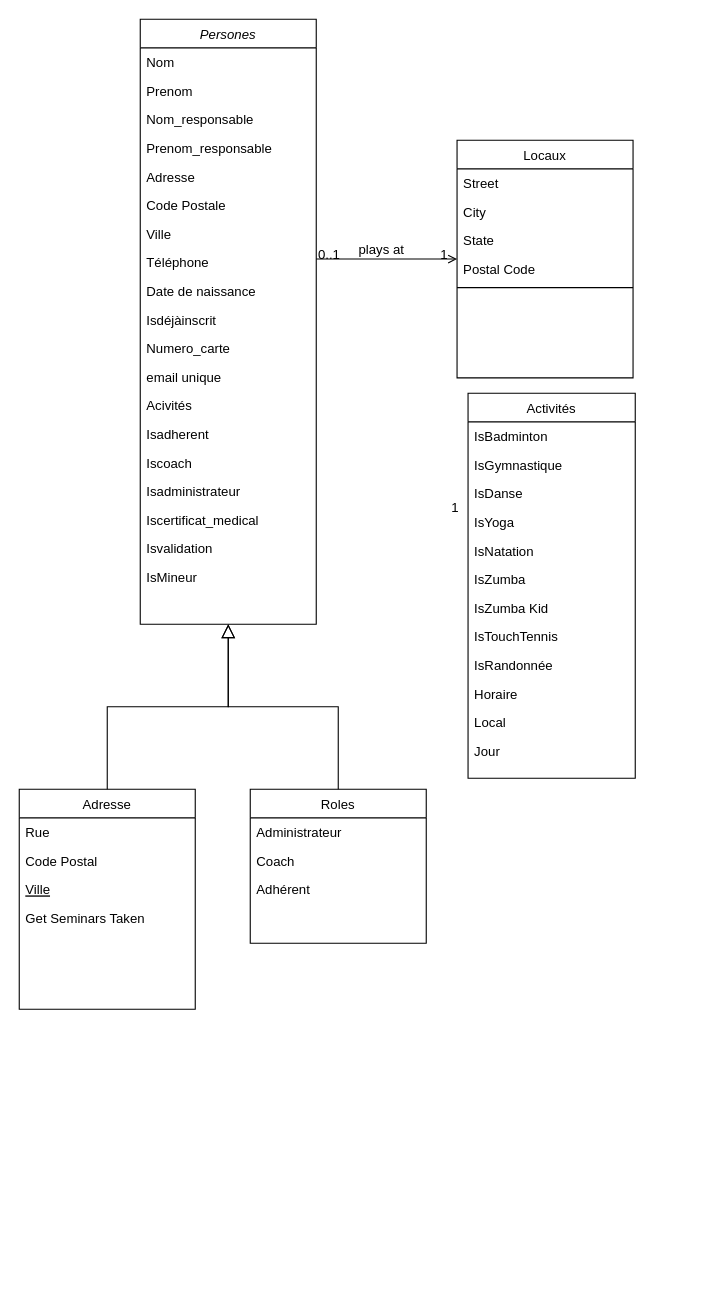
cyrisa02/diagrammes-UML keeps this draw.io diagram as asdec/Diagramme de classe bon.drawio. Above is the earlier version. Source tidied: cells renumbered, new cells numbered last; positions are measured from the earlier drawing's top-left corner, leaving out a move shared by most shapes. Both pictures are drawn from the tidied source at 110%, with x=0, y=0 at pixel (19, 19).
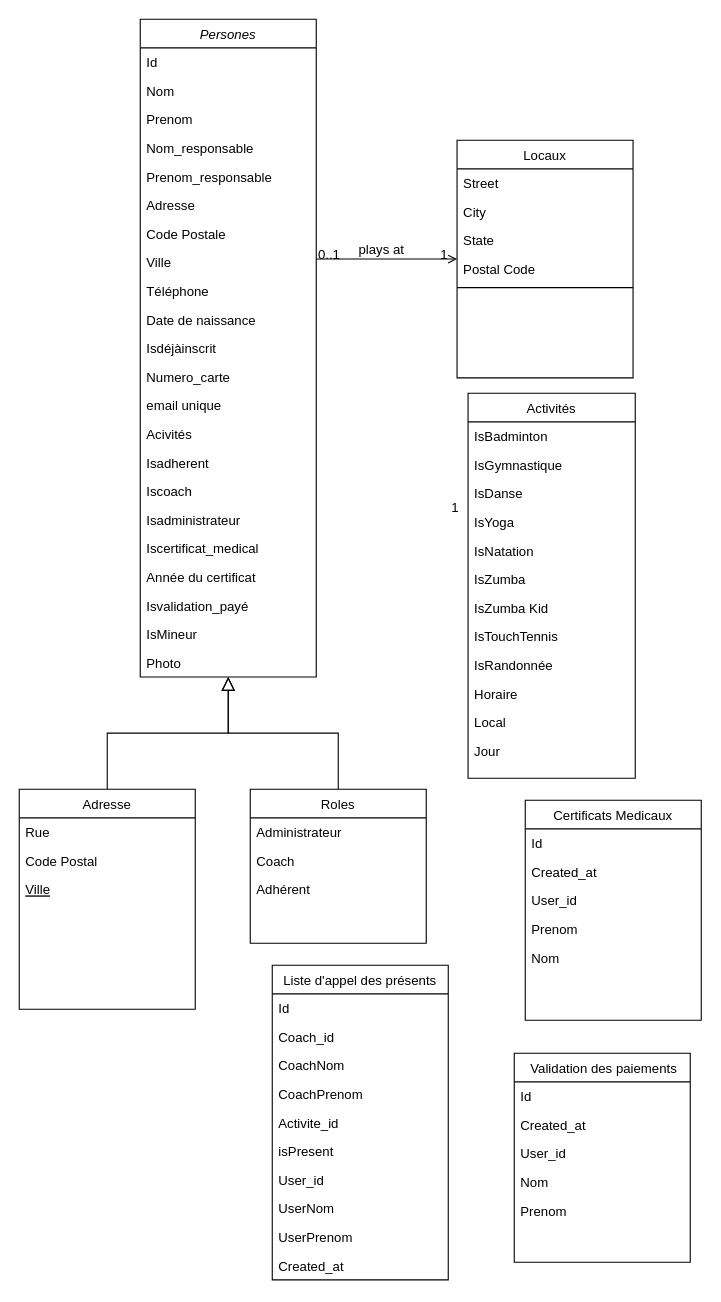
Above is the later version.

Unchanged cells that the change refers to:
```xml
<mxCell id="22" value="Adresse" style="swimlane;fontStyle=0;align=center;verticalAlign=top;horizontal=1;startSize=26;rounded=0;shadow=0;strokeWidth=1;" parent="1" vertex="1">
  <mxGeometry y="700" width="160" height="200" as="geometry" />
</mxCell>
```

What changed in the source:
```diff
@@
     <mxCell id="2" value="Persones" style="swimlane;fontStyle=2;align=center;verticalAlign=top;horizontal=1;startSize=26;rounded=0;shadow=0;strokeWidth=1;" parent="1" vertex="1">
-      <mxGeometry x="110" width="160" height="550" as="geometry" />
+      <mxGeometry x="110" width="160" height="598" as="geometry" />
     </mxCell>
+    <mxCell id="57" value="Id" style="text;align=left;verticalAlign=top;spacingLeft=4;spacingRight=4;overflow=hidden;" parent="2" vertex="1">
+      <mxGeometry y="26" width="160" height="26" as="geometry" />
+    </mxCell>
     <mxCell id="3" value="Nom" style="text;align=left;verticalAlign=top;spacingLeft=4;spacingRight=4;overflow=hidden;" parent="2" vertex="1">
-      <mxGeometry y="26" width="160" height="26" as="geometry" />
+      <mxGeometry y="52" width="160" height="26" as="geometry" />
     </mxCell>
     <mxCell id="4" value="Prenom" style="text;align=left;verticalAlign=top;spacingLeft=4;spacingRight=4;overflow=hidden;rounded=0;shadow=0;html=0;" parent="2" vertex="1">
-      <mxGeometry y="52" width="160" height="26" as="geometry" />
+      <mxGeometry y="78" width="160" height="26" as="geometry" />
     </mxCell>
     <mxCell id="5" value="Nom_responsable" style="text;align=left;verticalAlign=top;spacingLeft=4;spacingRight=4;overflow=hidden;" parent="2" vertex="1">
-      <mxGeometry y="78" width="160" height="26" as="geometry" />
+      <mxGeometry y="104" width="160" height="26" as="geometry" />
     </mxCell>
     <mxCell id="6" value="Prenom_responsable" style="text;align=left;verticalAlign=top;spacingLeft=4;spacingRight=4;overflow=hidden;rounded=0;shadow=0;html=0;" parent="2" vertex="1">
-      <mxGeometry y="104" width="160" height="26" as="geometry" />
+      <mxGeometry y="130" width="160" height="26" as="geometry" />
     </mxCell>
     <mxCell id="7" value="Adresse" style="text;align=left;verticalAlign=top;spacingLeft=4;spacingRight=4;overflow=hidden;" parent="2" vertex="1">
-      <mxGeometry y="130" width="160" height="26" as="geometry" />
+      <mxGeometry y="156" width="160" height="26" as="geometry" />
     </mxCell>
     <mxCell id="8" value="Code Postale" style="text;align=left;verticalAlign=top;spacingLeft=4;spacingRight=4;overflow=hidden;" parent="2" vertex="1">
-      <mxGeometry y="156" width="160" height="26" as="geometry" />
+      <mxGeometry y="182" width="160" height="26" as="geometry" />
     </mxCell>
     <mxCell id="9" value="Ville" style="text;align=left;verticalAlign=top;spacingLeft=4;spacingRight=4;overflow=hidden;" parent="2" vertex="1">
-      <mxGeometry y="182" width="160" height="26" as="geometry" />
+      <mxGeometry y="208" width="160" height="26" as="geometry" />
     </mxCell>
     <mxCell id="10" value="Téléphone" style="text;align=left;verticalAlign=top;spacingLeft=4;spacingRight=4;overflow=hidden;" parent="2" vertex="1">
-      <mxGeometry y="208" width="160" height="26" as="geometry" />
+      <mxGeometry y="234" width="160" height="26" as="geometry" />
     </mxCell>
     <mxCell id="11" value="Date de naissance" style="text;align=left;verticalAlign=top;spacingLeft=4;spacingRight=4;overflow=hidden;" parent="2" vertex="1">
-      <mxGeometry y="234" width="160" height="26" as="geometry" />
+      <mxGeometry y="260" width="160" height="26" as="geometry" />
     </mxCell>
     <mxCell id="12" value="Isdéjàinscrit" style="text;align=left;verticalAlign=top;spacingLeft=4;spacingRight=4;overflow=hidden;" parent="2" vertex="1">
-      <mxGeometry y="260" width="160" height="26" as="geometry" />
+      <mxGeometry y="286" width="160" height="26" as="geometry" />
     </mxCell>
     <mxCell id="13" value="Numero_carte" style="text;align=left;verticalAlign=top;spacingLeft=4;spacingRight=4;overflow=hidden;" parent="2" vertex="1">
-      <mxGeometry y="286" width="160" height="26" as="geometry" />
+      <mxGeometry y="312" width="160" height="26" as="geometry" />
     </mxCell>
     <mxCell id="14" value="email unique" style="text;align=left;verticalAlign=top;spacingLeft=4;spacingRight=4;overflow=hidden;" parent="2" vertex="1">
-      <mxGeometry y="312" width="160" height="26" as="geometry" />
+      <mxGeometry y="338" width="160" height="26" as="geometry" />
     </mxCell>
     <mxCell id="15" value="Acivités" style="text;align=left;verticalAlign=top;spacingLeft=4;spacingRight=4;overflow=hidden;" parent="2" vertex="1">
-      <mxGeometry y="338" width="160" height="26" as="geometry" />
+      <mxGeometry y="364" width="160" height="26" as="geometry" />
     </mxCell>
     <mxCell id="16" value="Isadherent" style="text;align=left;verticalAlign=top;spacingLeft=4;spacingRight=4;overflow=hidden;" parent="2" vertex="1">
-      <mxGeometry y="364" width="160" height="26" as="geometry" />
+      <mxGeometry y="390" width="160" height="26" as="geometry" />
     </mxCell>
     <mxCell id="17" value="Iscoach" style="text;align=left;verticalAlign=top;spacingLeft=4;spacingRight=4;overflow=hidden;" parent="2" vertex="1">
-      <mxGeometry y="390" width="160" height="26" as="geometry" />
+      <mxGeometry y="416" width="160" height="26" as="geometry" />
     </mxCell>
     <mxCell id="18" value="Isadministrateur" style="text;align=left;verticalAlign=top;spacingLeft=4;spacingRight=4;overflow=hidden;" parent="2" vertex="1">
-      <mxGeometry y="416" width="160" height="26" as="geometry" />
+      <mxGeometry y="442" width="160" height="26" as="geometry" />
     </mxCell>
     <mxCell id="19" value="Iscertificat_medical" style="text;align=left;verticalAlign=top;spacingLeft=4;spacingRight=4;overflow=hidden;" parent="2" vertex="1">
-      <mxGeometry y="442" width="160" height="26" as="geometry" />
+      <mxGeometry y="468" width="160" height="26" as="geometry" />
     </mxCell>
+    <mxCell id="58" value="Année du certificat" style="text;align=left;verticalAlign=top;spacingLeft=4;spacingRight=4;overflow=hidden;" parent="2" vertex="1">
+      <mxGeometry y="494" width="160" height="26" as="geometry" />
+    </mxCell>
-    <mxCell id="20" value="Isvalidation" style="text;align=left;verticalAlign=top;spacingLeft=4;spacingRight=4;overflow=hidden;" parent="2" vertex="1">
-      <mxGeometry y="468" width="160" height="26" as="geometry" />
+    <mxCell id="20" value="Isvalidation_payé" style="text;align=left;verticalAlign=top;spacingLeft=4;spacingRight=4;overflow=hidden;" parent="2" vertex="1">
+      <mxGeometry y="520" width="160" height="26" as="geometry" />
     </mxCell>
     <mxCell id="21" value="IsMineur" style="text;align=left;verticalAlign=top;spacingLeft=4;spacingRight=4;overflow=hidden;" parent="2" vertex="1">
-      <mxGeometry y="494" width="160" height="26" as="geometry" />
+      <mxGeometry y="546" width="160" height="26" as="geometry" />
     </mxCell>
+    <mxCell id="59" value="Photo" style="text;align=left;verticalAlign=top;spacingLeft=4;spacingRight=4;overflow=hidden;" parent="2" vertex="1">
+      <mxGeometry y="572" width="160" height="26" as="geometry" />
+    </mxCell>
@@
-    <mxCell id="26" value="Get Seminars Taken" style="text;align=left;verticalAlign=top;spacingLeft=4;spacingRight=4;overflow=hidden;" parent="22" vertex="1">
-      <mxGeometry y="104" width="160" height="26" as="geometry" />
-    </mxCell>
@@
+    <mxCell id="60" value="Certificats Medicaux &#10;" style="swimlane;fontStyle=0;align=center;verticalAlign=top;horizontal=1;startSize=26;rounded=0;shadow=0;strokeWidth=1;" parent="1" vertex="1">
+      <mxGeometry x="460" y="710" width="160" height="200" as="geometry" />
+    </mxCell>
+    <mxCell id="61" value="Id" style="text;align=left;verticalAlign=top;spacingLeft=4;spacingRight=4;overflow=hidden;" parent="60" vertex="1">
+      <mxGeometry y="26" width="160" height="26" as="geometry" />
+    </mxCell>
+    <mxCell id="62" value="Created_at" style="text;align=left;verticalAlign=top;spacingLeft=4;spacingRight=4;overflow=hidden;" parent="60" vertex="1">
+      <mxGeometry y="52" width="160" height="26" as="geometry" />
+    </mxCell>
+    <mxCell id="63" value="User_id" style="text;align=left;verticalAlign=top;spacingLeft=4;spacingRight=4;overflow=hidden;" parent="60" vertex="1">
+      <mxGeometry y="78" width="160" height="26" as="geometry" />
+    </mxCell>
+    <mxCell id="64" value="Prenom" style="text;align=left;verticalAlign=top;spacingLeft=4;spacingRight=4;overflow=hidden;" parent="60" vertex="1">
+      <mxGeometry y="104" width="160" height="26" as="geometry" />
+    </mxCell>
+    <mxCell id="65" value="Nom&#10;" style="text;align=left;verticalAlign=top;spacingLeft=4;spacingRight=4;overflow=hidden;" parent="60" vertex="1">
+      <mxGeometry y="130" width="160" height="26" as="geometry" />
+    </mxCell>
+    <mxCell id="66" value="Liste d'appel des présents" style="swimlane;fontStyle=0;align=center;verticalAlign=top;horizontal=1;startSize=26;rounded=0;shadow=0;strokeWidth=1;" parent="1" vertex="1">
+      <mxGeometry x="230" y="860" width="160" height="286" as="geometry" />
+    </mxCell>
+    <mxCell id="67" value="Id" style="text;align=left;verticalAlign=top;spacingLeft=4;spacingRight=4;overflow=hidden;" parent="66" vertex="1">
+      <mxGeometry y="26" width="160" height="26" as="geometry" />
+    </mxCell>
+    <mxCell id="68" value="Coach_id" style="text;align=left;verticalAlign=top;spacingLeft=4;spacingRight=4;overflow=hidden;" parent="66" vertex="1">
+      <mxGeometry y="52" width="160" height="26" as="geometry" />
+    </mxCell>
+    <mxCell id="69" value="CoachNom&#10;" style="text;align=left;verticalAlign=top;spacingLeft=4;spacingRight=4;overflow=hidden;" parent="66" vertex="1">
+      <mxGeometry y="78" width="160" height="26" as="geometry" />
+    </mxCell>
+    <mxCell id="70" value="CoachPrenom" style="text;align=left;verticalAlign=top;spacingLeft=4;spacingRight=4;overflow=hidden;" parent="66" vertex="1">
+      <mxGeometry y="104" width="160" height="26" as="geometry" />
+    </mxCell>
+    <mxCell id="71" value="Activite_id" style="text;align=left;verticalAlign=top;spacingLeft=4;spacingRight=4;overflow=hidden;" parent="66" vertex="1">
+      <mxGeometry y="130" width="160" height="26" as="geometry" />
+    </mxCell>
+    <mxCell id="72" value="isPresent" style="text;align=left;verticalAlign=top;spacingLeft=4;spacingRight=4;overflow=hidden;" parent="66" vertex="1">
+      <mxGeometry y="156" width="160" height="26" as="geometry" />
+    </mxCell>
+    <mxCell id="73" value="User_id" style="text;align=left;verticalAlign=top;spacingLeft=4;spacingRight=4;overflow=hidden;" parent="66" vertex="1">
+      <mxGeometry y="182" width="160" height="26" as="geometry" />
+    </mxCell>
+    <mxCell id="74" value="UserNom&#10;" style="text;align=left;verticalAlign=top;spacingLeft=4;spacingRight=4;overflow=hidden;" parent="66" vertex="1">
+      <mxGeometry y="208" width="160" height="26" as="geometry" />
+    </mxCell>
+    <mxCell id="75" value="UserPrenom" style="text;align=left;verticalAlign=top;spacingLeft=4;spacingRight=4;overflow=hidden;" parent="66" vertex="1">
+      <mxGeometry y="234" width="160" height="26" as="geometry" />
+    </mxCell>
+    <mxCell id="76" value="Created_at" style="text;align=left;verticalAlign=top;spacingLeft=4;spacingRight=4;overflow=hidden;" parent="66" vertex="1">
+      <mxGeometry y="260" width="160" height="26" as="geometry" />
+    </mxCell>
+    <mxCell id="77" value=" Validation des paiements" style="swimlane;fontStyle=0;align=center;verticalAlign=top;horizontal=1;startSize=26;rounded=0;shadow=0;strokeWidth=1;" parent="1" vertex="1">
+      <mxGeometry x="450" y="940" width="160" height="190" as="geometry" />
+    </mxCell>
+    <mxCell id="78" value="Id" style="text;align=left;verticalAlign=top;spacingLeft=4;spacingRight=4;overflow=hidden;" parent="77" vertex="1">
+      <mxGeometry y="26" width="160" height="26" as="geometry" />
+    </mxCell>
+    <mxCell id="79" value="Created_at" style="text;align=left;verticalAlign=top;spacingLeft=4;spacingRight=4;overflow=hidden;" parent="77" vertex="1">
+      <mxGeometry y="52" width="160" height="26" as="geometry" />
+    </mxCell>
+    <mxCell id="80" value="User_id" style="text;align=left;verticalAlign=top;spacingLeft=4;spacingRight=4;overflow=hidden;" parent="77" vertex="1">
+      <mxGeometry y="78" width="160" height="26" as="geometry" />
+    </mxCell>
+    <mxCell id="81" value="Nom&#10;" style="text;align=left;verticalAlign=top;spacingLeft=4;spacingRight=4;overflow=hidden;" parent="77" vertex="1">
+      <mxGeometry y="104" width="160" height="26" as="geometry" />
+    </mxCell>
+    <mxCell id="82" value="Prenom" style="text;align=left;verticalAlign=top;spacingLeft=4;spacingRight=4;overflow=hidden;" parent="77" vertex="1">
+      <mxGeometry y="130" width="160" height="26" as="geometry" />
+    </mxCell>
```
